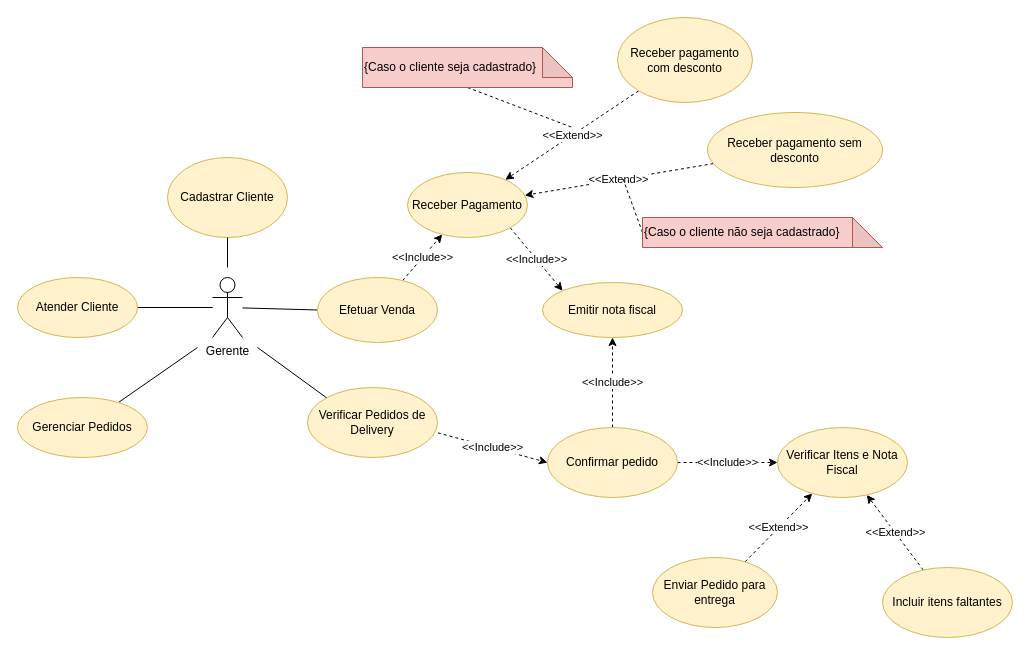
Before: Untitled Diagram.drawio in voteprogramablz/bpp_corp, a draw.io diagram. Source tidied: cells renumbered, new cells numbered last; positions are measured from the earlier drawing's top-left corner, leaving out a move shared by most shapes. Both pictures are drawn from the tidied source at 100%, with x=0, y=0 at pixel (17, 17).
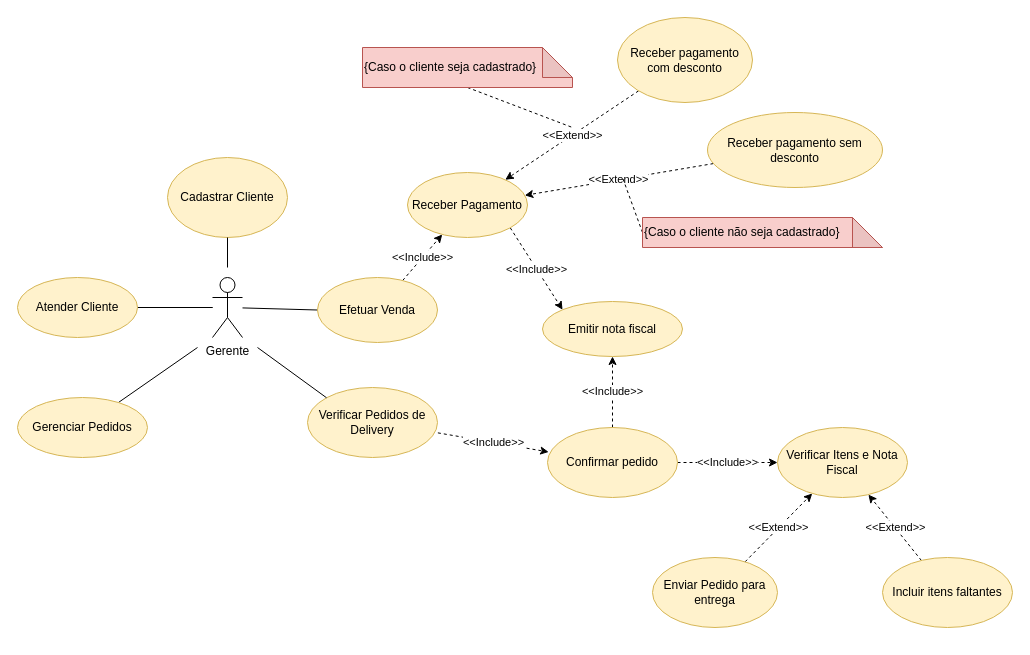
The same diagram, later.

The change refers to these unchanged cells:
```xml
<mxCell id="4" value="Verificar Pedidos de Delivery" style="ellipse;whiteSpace=wrap;html=1;fillColor=#fff2cc;strokeColor=#d6b656;" parent="1" vertex="1">
  <mxGeometry x="290" y="370" width="130" height="70" as="geometry" />
</mxCell>
<mxCell id="28" value="Confirmar pedido" style="ellipse;whiteSpace=wrap;html=1;fillColor=#fff2cc;strokeColor=#d6b656;" parent="1" vertex="1">
  <mxGeometry x="530" y="410" width="130" height="70" as="geometry" />
</mxCell>
```

Change to the diagram source:
```diff
@@
-    <mxCell id="3" value="&amp;lt;&amp;lt;Include&amp;gt;&amp;gt;" style="edgeStyle=none;rounded=0;jettySize=auto;html=1;exitX=1.003;exitY=0.648;exitDx=0;exitDy=0;entryX=0;entryY=0.5;entryDx=0;entryDy=0;dashed=1;startArrow=none;startFill=0;endArrow=classic;endFill=1;exitPerimeter=0;" parent="1" edge="1" source="4" target="28">
+    <mxCell id="3" value="&amp;lt;&amp;lt;Include&amp;gt;&amp;gt;" style="edgeStyle=none;rounded=0;jettySize=auto;html=1;exitX=1.003;exitY=0.648;exitDx=0;exitDy=0;entryX=0.009;entryY=0.35;entryDx=0;entryDy=0;dashed=1;startArrow=none;startFill=0;endArrow=classic;endFill=1;exitPerimeter=0;entryPerimeter=0;" parent="1" edge="1" source="4" target="28">
       <mxGeometry relative="1" as="geometry" />
     </mxCell>
@@
     <mxCell id="8" value="Emitir nota fiscal" style="ellipse;whiteSpace=wrap;html=1;fillColor=#fff2cc;strokeColor=#d6b656;" parent="1" vertex="1">
-      <mxGeometry x="525" y="265" width="140" height="55" as="geometry" />
+      <mxGeometry x="525" y="284" width="140" height="55" as="geometry" />
     </mxCell>
@@
     <mxCell id="34" value="Incluir itens faltantes" style="ellipse;whiteSpace=wrap;html=1;fillColor=#fff2cc;strokeColor=#d6b656;" parent="1" vertex="1">
-      <mxGeometry x="865" y="550" width="130" height="70" as="geometry" />
+      <mxGeometry x="865" y="540" width="130" height="70" as="geometry" />
     </mxCell>
```
